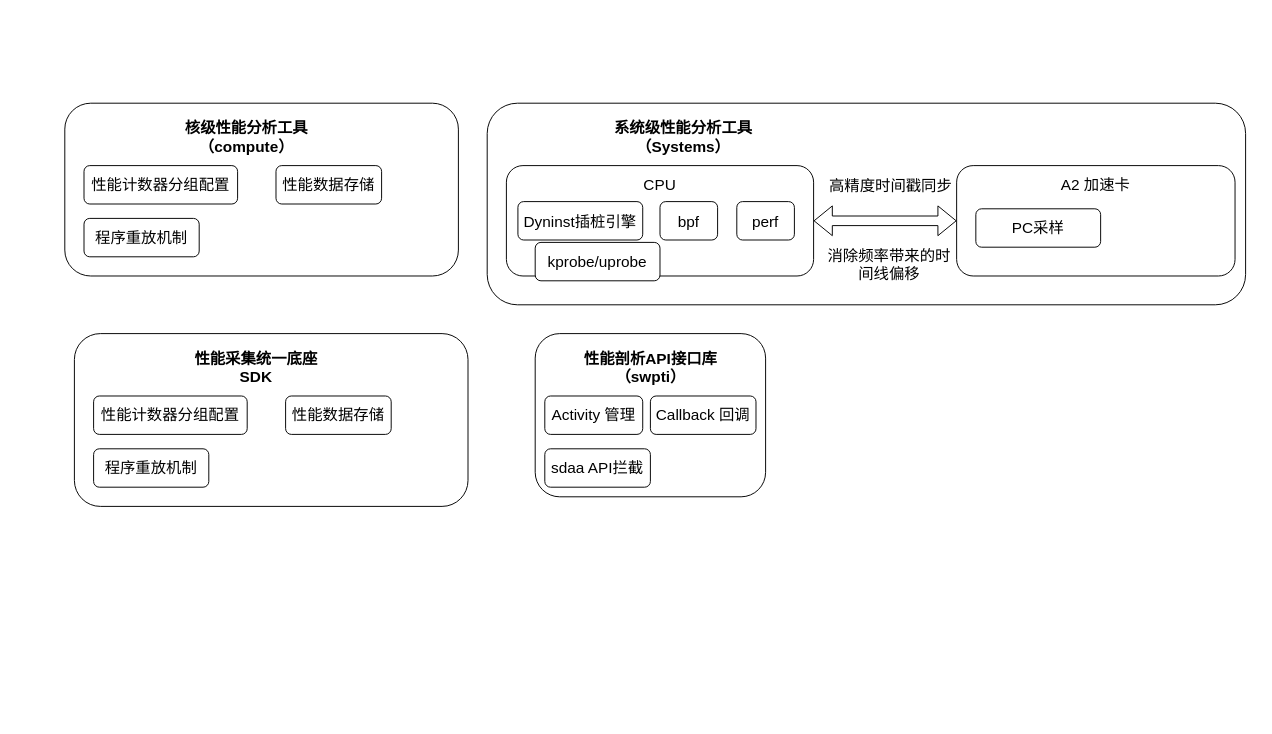
This is 开发工具整体关系图.drawio from HanxuLiu/drawio-files, a draw.io file, before an edit. Source tidied: cells renumbered, new cells numbered last; positions are measured from the earlier drawing's top-left corner, leaving out a move shared by most shapes. Both pictures are drawn from the tidied source at 96%, with x=0, y=0 at pixel (64, 103).
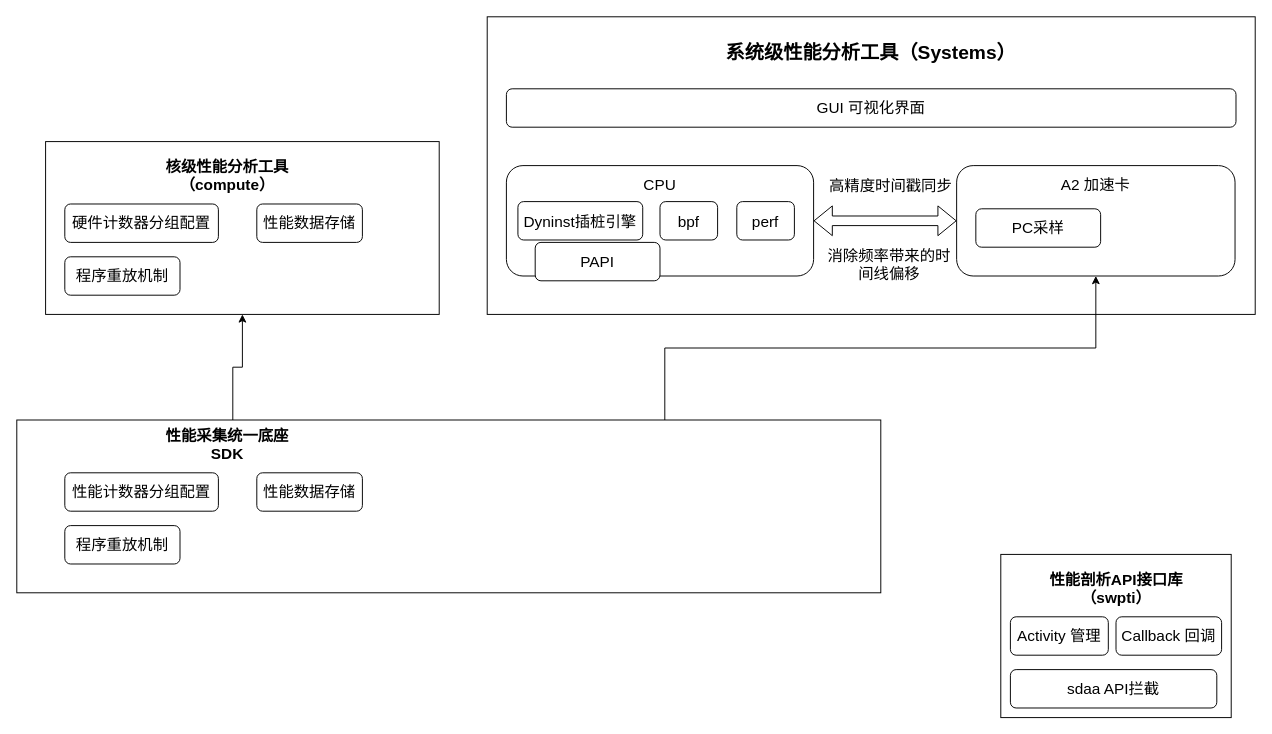
The same page after the edit.

Commit message:
更新开发工具整体关系图.drawio

Unchanged cells that the change refers to:
```xml
<mxCell id="24" value="A2 加速卡&lt;br&gt;&lt;div&gt;&lt;br&gt;&lt;/div&gt;&lt;div&gt;&lt;br&gt;&lt;/div&gt;&lt;div&gt;&lt;br&gt;&lt;/div&gt;&lt;div&gt;&lt;br&gt;&lt;/div&gt;" style="rounded=1;whiteSpace=wrap;html=1;fontStyle=0;fontSize=16;" parent="1" vertex="1">
  <mxGeometry x="929" y="65" width="290" height="115" as="geometry" />
</mxCell>
```

What changed in the source:
```diff
@@
-    <mxCell id="2" value="&lt;div&gt;&lt;br&gt;&lt;/div&gt;&lt;div&gt;&lt;br&gt;&lt;/div&gt;&lt;div&gt;&lt;br&gt;&lt;/div&gt;&lt;div&gt;&lt;br&gt;&lt;/div&gt;" style="rounded=1;whiteSpace=wrap;html=1;fontSize=16;fontStyle=0;" parent="1" vertex="1">
-      <mxGeometry x="490" y="240" width="240" height="170" as="geometry" />
+    <mxCell id="2" value="&lt;div&gt;&lt;br&gt;&lt;/div&gt;&lt;div&gt;&lt;br&gt;&lt;/div&gt;&lt;div&gt;&lt;br&gt;&lt;/div&gt;&lt;div&gt;&lt;br&gt;&lt;/div&gt;" style="rounded=0;whiteSpace=wrap;html=1;fontSize=16;fontStyle=0;" parent="1" vertex="1">
+      <mxGeometry x="975" y="470" width="240" height="170" as="geometry" />
     </mxCell>
     <mxCell id="3" value="Activity 管理" style="rounded=1;whiteSpace=wrap;html=1;fontStyle=0;fontSize=16;" parent="1" vertex="1">
-      <mxGeometry x="500" y="305" width="102" height="40" as="geometry" />
+      <mxGeometry x="985" y="535" width="102" height="40" as="geometry" />
     </mxCell>
     <mxCell id="4" value="Callback 回调" style="rounded=1;whiteSpace=wrap;html=1;fontStyle=0;fontSize=16;" parent="1" vertex="1">
-      <mxGeometry x="610" y="305" width="110" height="40" as="geometry" />
+      <mxGeometry x="1095" y="535" width="110" height="40" as="geometry" />
     </mxCell>
     <mxCell id="5" value="性能剖析API接口库&lt;div&gt;（swpti）&lt;/div&gt;" style="text;whiteSpace=wrap;html=1;align=center;fontSize=16;fontStyle=1;" parent="1" vertex="1">
-      <mxGeometry x="509.5" y="250" width="201" height="40" as="geometry" />
+      <mxGeometry x="994.5" y="480" width="201" height="40" as="geometry" />
     </mxCell>
+    <mxCell id="29" style="edgeStyle=orthogonalEdgeStyle;rounded=0;jettySize=auto;html=1;exitX=0.25;exitY=0;exitDx=0;exitDy=0;entryX=0.5;entryY=1;entryDx=0;entryDy=0;" parent="1" edge="1" source="6" target="12">
+      <mxGeometry relative="1" as="geometry" />
+    </mxCell>
-    <mxCell id="6" value="&lt;div&gt;&lt;br&gt;&lt;/div&gt;&lt;div&gt;&lt;br&gt;&lt;/div&gt;&lt;div&gt;&lt;br&gt;&lt;/div&gt;&lt;div&gt;&lt;br&gt;&lt;/div&gt;" style="rounded=1;whiteSpace=wrap;html=1;fontSize=16;fontStyle=0;" parent="1" vertex="1">
-      <mxGeometry x="10" y="240" width="410" height="180" as="geometry" />
+    <mxCell id="6" value="&lt;div&gt;&lt;br&gt;&lt;/div&gt;&lt;div&gt;&lt;br&gt;&lt;/div&gt;&lt;div&gt;&lt;br&gt;&lt;/div&gt;&lt;div&gt;&lt;br&gt;&lt;/div&gt;" style="rounded=0;whiteSpace=wrap;html=1;fontSize=16;fontStyle=0;" parent="1" vertex="1">
+      <mxGeometry x="-50" y="330" width="900" height="180" as="geometry" />
     </mxCell>
     <mxCell id="7" value="性能计数器分组配置" style="rounded=1;whiteSpace=wrap;html=1;fontStyle=0;fontSize=16;" parent="1" vertex="1">
-      <mxGeometry x="30" y="305" width="160" height="40" as="geometry" />
+      <mxGeometry y="385" width="160" height="40" as="geometry" />
     </mxCell>
     <mxCell id="8" value="性能数据存储" style="rounded=1;whiteSpace=wrap;html=1;fontStyle=0;fontSize=16;" parent="1" vertex="1">
-      <mxGeometry x="230" y="305" width="110" height="40" as="geometry" />
+      <mxGeometry x="200" y="385" width="110" height="40" as="geometry" />
     </mxCell>
     <mxCell id="9" value="&lt;span style=&quot;&quot;&gt;性能采集统一底座&lt;/span&gt;&lt;div style=&quot;&quot;&gt;SDK&lt;/div&gt;" style="text;whiteSpace=wrap;html=1;align=center;fontSize=16;fontStyle=1;" parent="1" vertex="1">
-      <mxGeometry x="99" y="250" width="201" height="40" as="geometry" />
+      <mxGeometry x="69" y="330" width="201" height="40" as="geometry" />
     </mxCell>
     <mxCell id="10" value="程序重放机制" style="rounded=1;whiteSpace=wrap;html=1;fontStyle=0;fontSize=16;" parent="1" vertex="1">
-      <mxGeometry x="30" y="360" width="120" height="40" as="geometry" />
+      <mxGeometry y="440" width="120" height="40" as="geometry" />
     </mxCell>
     <mxCell id="11" value="sdaa API拦截" style="rounded=1;whiteSpace=wrap;html=1;fontStyle=0;fontSize=16;" parent="1" vertex="1">
-      <mxGeometry x="500" y="360" width="110" height="40" as="geometry" />
+      <mxGeometry x="985" y="590" width="215" height="40" as="geometry" />
     </mxCell>
-    <mxCell id="12" value="&lt;div&gt;&lt;br&gt;&lt;/div&gt;&lt;div&gt;&lt;br&gt;&lt;/div&gt;&lt;div&gt;&lt;br&gt;&lt;/div&gt;&lt;div&gt;&lt;br&gt;&lt;/div&gt;" style="rounded=1;whiteSpace=wrap;html=1;fontSize=16;fontStyle=0;" parent="1" vertex="1">
-      <mxGeometry width="410" height="180" as="geometry" />
+    <mxCell id="12" value="&lt;div&gt;&lt;br&gt;&lt;/div&gt;&lt;div&gt;&lt;br&gt;&lt;/div&gt;&lt;div&gt;&lt;br&gt;&lt;/div&gt;&lt;div&gt;&lt;br&gt;&lt;/div&gt;" style="rounded=0;whiteSpace=wrap;html=1;fontSize=16;fontStyle=0;" parent="1" vertex="1">
+      <mxGeometry x="-20" y="40" width="410" height="180" as="geometry" />
     </mxCell>
-    <mxCell id="13" value="性能计数器分组配置" style="rounded=1;whiteSpace=wrap;html=1;fontStyle=0;fontSize=16;" parent="1" vertex="1">
-      <mxGeometry x="20" y="65" width="160" height="40" as="geometry" />
+    <mxCell id="13" value="硬件计数器分组配置" style="rounded=1;whiteSpace=wrap;html=1;fontStyle=0;fontSize=16;" parent="1" vertex="1">
+      <mxGeometry y="105" width="160" height="40" as="geometry" />
     </mxCell>
     <mxCell id="14" value="性能数据存储" style="rounded=1;whiteSpace=wrap;html=1;fontStyle=0;fontSize=16;" parent="1" vertex="1">
-      <mxGeometry x="220" y="65" width="110" height="40" as="geometry" />
+      <mxGeometry x="200" y="105" width="110" height="40" as="geometry" />
     </mxCell>
     <mxCell id="15" value="核级性能分析工具&lt;br&gt;&lt;div style=&quot;&quot;&gt;（compute）&lt;/div&gt;" style="text;whiteSpace=wrap;html=1;align=center;fontSize=16;fontStyle=1;" parent="1" vertex="1">
-      <mxGeometry x="89" y="10" width="201" height="40" as="geometry" />
+      <mxGeometry x="69" y="50" width="201" height="40" as="geometry" />
     </mxCell>
     <mxCell id="16" value="程序重放机制" style="rounded=1;whiteSpace=wrap;html=1;fontStyle=0;fontSize=16;" parent="1" vertex="1">
-      <mxGeometry x="20" y="120" width="120" height="40" as="geometry" />
+      <mxGeometry y="160" width="120" height="40" as="geometry" />
     </mxCell>
-    <mxCell id="17" value="&lt;div&gt;&lt;br&gt;&lt;/div&gt;&lt;div&gt;&lt;br&gt;&lt;/div&gt;&lt;div&gt;&lt;br&gt;&lt;/div&gt;&lt;div&gt;&lt;br&gt;&lt;/div&gt;" style="rounded=1;whiteSpace=wrap;html=1;fontSize=16;fontStyle=0;" parent="1" vertex="1">
-      <mxGeometry x="440" width="790" height="210" as="geometry" />
+    <mxCell id="17" value="&lt;div&gt;&lt;br&gt;&lt;/div&gt;&lt;div&gt;&lt;br&gt;&lt;/div&gt;&lt;div&gt;&lt;br&gt;&lt;/div&gt;&lt;div&gt;&lt;br&gt;&lt;/div&gt;" style="rounded=0;whiteSpace=wrap;html=1;fontSize=16;fontStyle=0;" parent="1" vertex="1">
+      <mxGeometry x="440" y="-90" width="800" height="310" as="geometry" />
     </mxCell>
@@
-    <mxCell id="19" value="系统级性能分析工具&lt;br&gt;&lt;div style=&quot;&quot;&gt;（Systems）&lt;/div&gt;" style="text;whiteSpace=wrap;html=1;align=center;fontSize=16;fontStyle=1;" parent="1" vertex="1">
-      <mxGeometry x="529" y="10" width="231" height="40" as="geometry" />
+    <mxCell id="19" value="系统级性能分析工具&lt;span style=&quot;background-color: transparent; color: light-dark(rgb(0, 0, 0), rgb(255, 255, 255));&quot;&gt;（Systems）&lt;/span&gt;" style="text;whiteSpace=wrap;html=1;align=center;fontSize=20;fontStyle=1;" parent="1" vertex="1">
+      <mxGeometry x="654" y="-72" width="372" height="40" as="geometry" />
     </mxCell>
@@
-    <mxCell id="23" value="kprobe/uprobe" style="rounded=1;whiteSpace=wrap;html=1;fontStyle=0;fontSize=16;" parent="1" vertex="1">
+    <mxCell id="23" value="PAPI" style="rounded=1;whiteSpace=wrap;html=1;fontStyle=0;fontSize=16;" parent="1" vertex="1">
       <mxGeometry x="490" y="145" width="130" height="40" as="geometry" />
     </mxCell>
@@
+    <mxCell id="30" value="GUI 可视化界面" style="rounded=1;whiteSpace=wrap;html=1;fontStyle=0;fontSize=16;" parent="1" vertex="1">
+      <mxGeometry x="460" y="-15" width="760" height="40" as="geometry" />
+    </mxCell>
+    <mxCell id="31" style="edgeStyle=orthogonalEdgeStyle;rounded=0;jettySize=auto;html=1;exitX=0.75;exitY=0;exitDx=0;exitDy=0;" parent="1" edge="1" source="6" target="24">
+      <mxGeometry relative="1" as="geometry" />
+    </mxCell>
```
